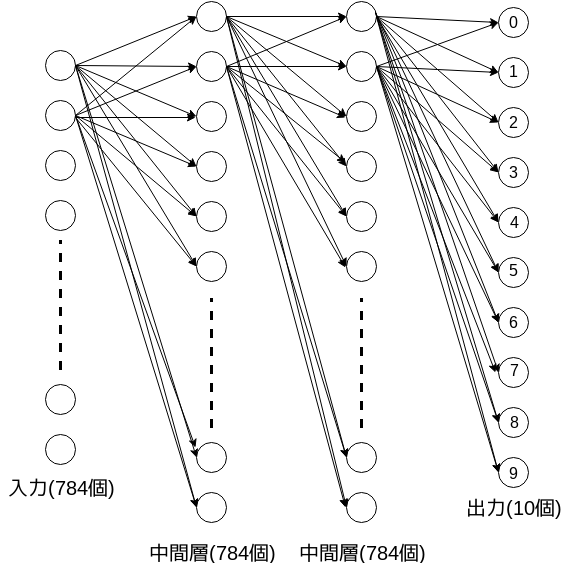
Above: original_NN.png in akawashiro/sonnx (draw.io), before the change. Source tidied: cells renumbered, new cells last; positions are measured from the earlier drawing's top-left corner, leaving out a move shared by most shapes.
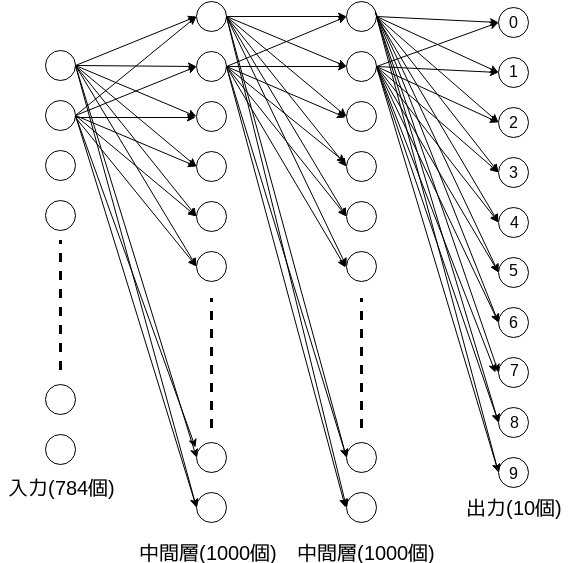
After the commit.

What changed in the source:
```diff
@@ -328,11 +328,11 @@
     <mxCell id="99" value="&lt;font style=&quot;font-size: 20px&quot;&gt;入力(784個)&lt;/font&gt;" style="text;html=1;strokeColor=none;fillColor=none;align=center;verticalAlign=middle;whiteSpace=wrap;rounded=0;" parent="1" vertex="1">
       <mxGeometry y="475.5" width="120" height="20" as="geometry" />
     </mxCell>
-    <mxCell id="100" value="&lt;font style=&quot;font-size: 20px&quot;&gt;中間層(784個)&lt;/font&gt;" style="text;html=1;strokeColor=none;fillColor=none;align=center;verticalAlign=middle;whiteSpace=wrap;rounded=0;" parent="1" vertex="1">
-      <mxGeometry x="144" y="540.5" width="134" height="20" as="geometry" />
+    <mxCell id="100" value="&lt;font style=&quot;font-size: 20px&quot;&gt;中間層(1000個)&lt;/font&gt;" style="text;html=1;strokeColor=none;fillColor=none;align=center;verticalAlign=middle;whiteSpace=wrap;rounded=0;" parent="1" vertex="1">
+      <mxGeometry x="135" y="541" width="143" height="20" as="geometry" />
     </mxCell>
-    <mxCell id="101" value="&lt;font style=&quot;font-size: 20px&quot;&gt;中間層(784個)&lt;/font&gt;" style="text;html=1;strokeColor=none;fillColor=none;align=center;verticalAlign=middle;whiteSpace=wrap;rounded=0;" parent="1" vertex="1">
-      <mxGeometry x="294" y="540.5" width="134" height="20" as="geometry" />
+    <mxCell id="101" value="&lt;font style=&quot;font-size: 20px&quot;&gt;中間層(1000個)&lt;/font&gt;" style="text;html=1;strokeColor=none;fillColor=none;align=center;verticalAlign=middle;whiteSpace=wrap;rounded=0;" parent="1" vertex="1">
+      <mxGeometry x="294" y="541" width="141" height="20" as="geometry" />
     </mxCell>
     <mxCell id="102" value="&lt;font style=&quot;font-size: 20px&quot;&gt;出力(10個)&lt;/font&gt;" style="text;html=1;strokeColor=none;fillColor=none;align=center;verticalAlign=middle;whiteSpace=wrap;rounded=0;" parent="1" vertex="1">
       <mxGeometry x="453" y="495.5" width="120" height="20" as="geometry" />
```
